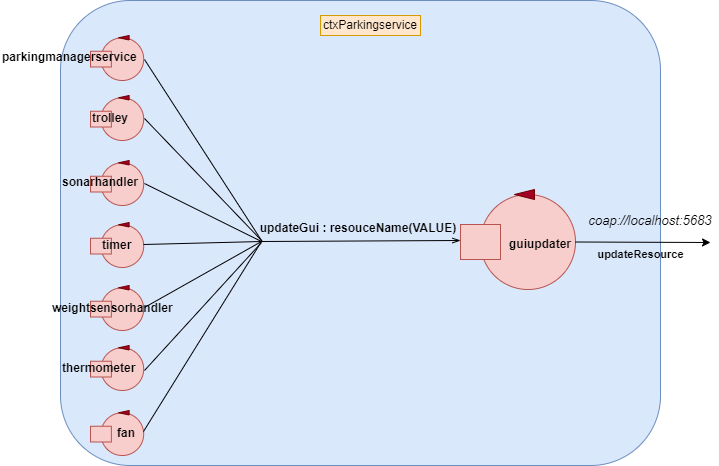
This is Iss-Project-Sprint4/Sprint4/userDocs/img/guiUpdater.png from dbattaglia97/Iss_Project_2021, a draw.io export, as it was before one commit. Source tidied: cells renumbered, new cells last; positions are measured from the earlier drawing's top-left corner, leaving out a move shared by most shapes.
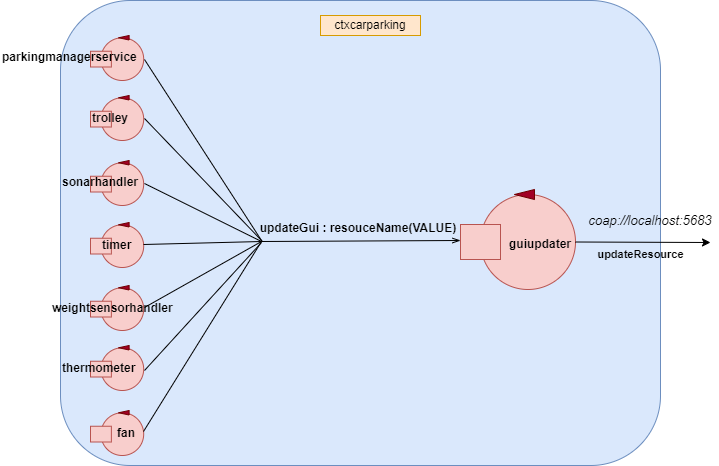
After the commit.

Change to the diagram source:
```diff
@@ -23,7 +23,7 @@
     <mxCell id="8" value="&lt;b&gt;updateGui : resouceName(VALUE)&lt;/b&gt;" style="text;html=1;strokeColor=none;fillColor=none;align=center;verticalAlign=middle;whiteSpace=wrap;rounded=0;" parent="1" vertex="1">
       <mxGeometry x="258" y="213" width="200" height="30" as="geometry" />
     </mxCell>
-    <mxCell id="9" value="ctxParkingservice" style="rounded=0;whiteSpace=wrap;html=1;fillColor=#ffe6cc;strokeColor=#d79b00;" parent="1" vertex="1">
+    <mxCell id="9" value="ctxcarparking" style="rounded=0;whiteSpace=wrap;html=1;fillColor=#ffe6cc;strokeColor=#d79b00;" parent="1" vertex="1">
       <mxGeometry x="320" y="15" width="100" height="20" as="geometry" />
     </mxCell>
     <mxCell id="10" style="group;" parent="1" vertex="1">
```
